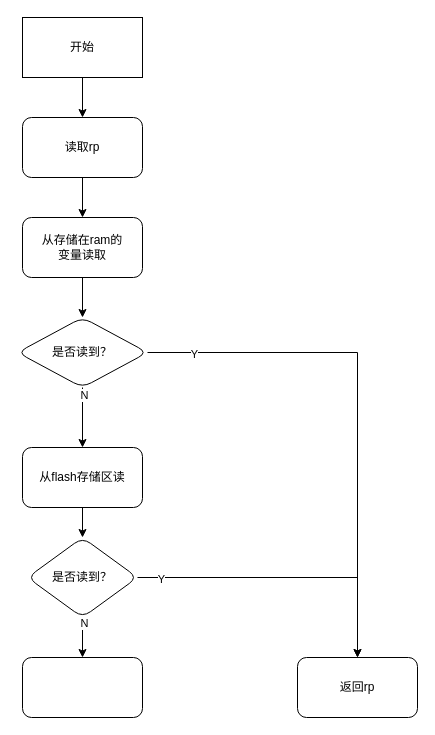
Above: page "Page-3" (3 of 3) of P3.drawio in blackfalsehood/mycode (draw.io), before the change. Source tidied: cells renumbered, new cells numbered last; positions are measured from the earlier drawing's top-left corner, leaving out a move shared by most shapes. Both pictures are drawn from the tidied source at 100%, with x=0, y=0 at pixel (17, 17).
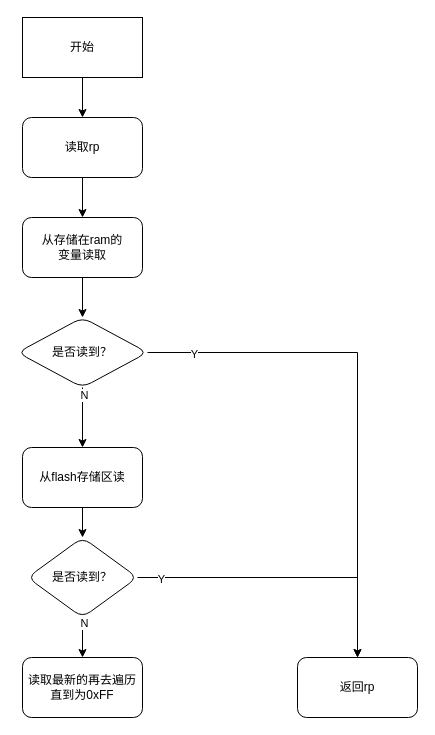
Above is the later version.

The edit, as a diff of the source:
```diff
@@
-    <mxCell id="20" style="rounded=1;whiteSpace=wrap;html=1;" parent="1" vertex="1">
+    <mxCell id="20" value="读取最新的再去遍历直到为0xFF" style="rounded=1;whiteSpace=wrap;html=1;" parent="1" vertex="1">
       <mxGeometry x="5" y="640" width="120" height="60" as="geometry" />
     </mxCell>
```
